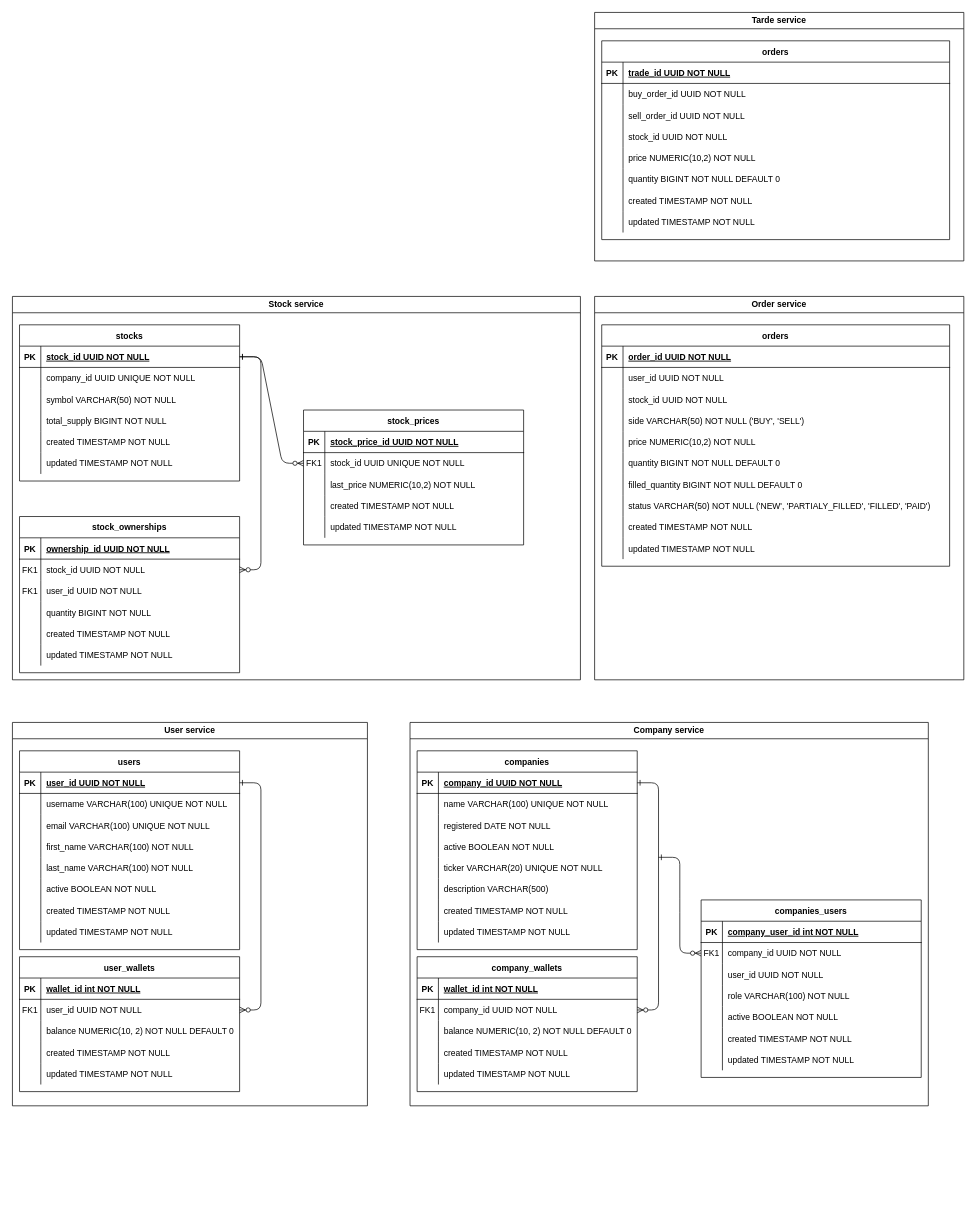
Earlier version of the draw.io diagram schema_db.drawio (Anna710915/stock-charts). Source tidied: cells renumbered, new cells numbered last; positions are measured from the earlier drawing's top-left corner, leaving out a move shared by most shapes. Both pictures are drawn from the tidied source at 71%, with x=0, y=0 at pixel (12, 12).
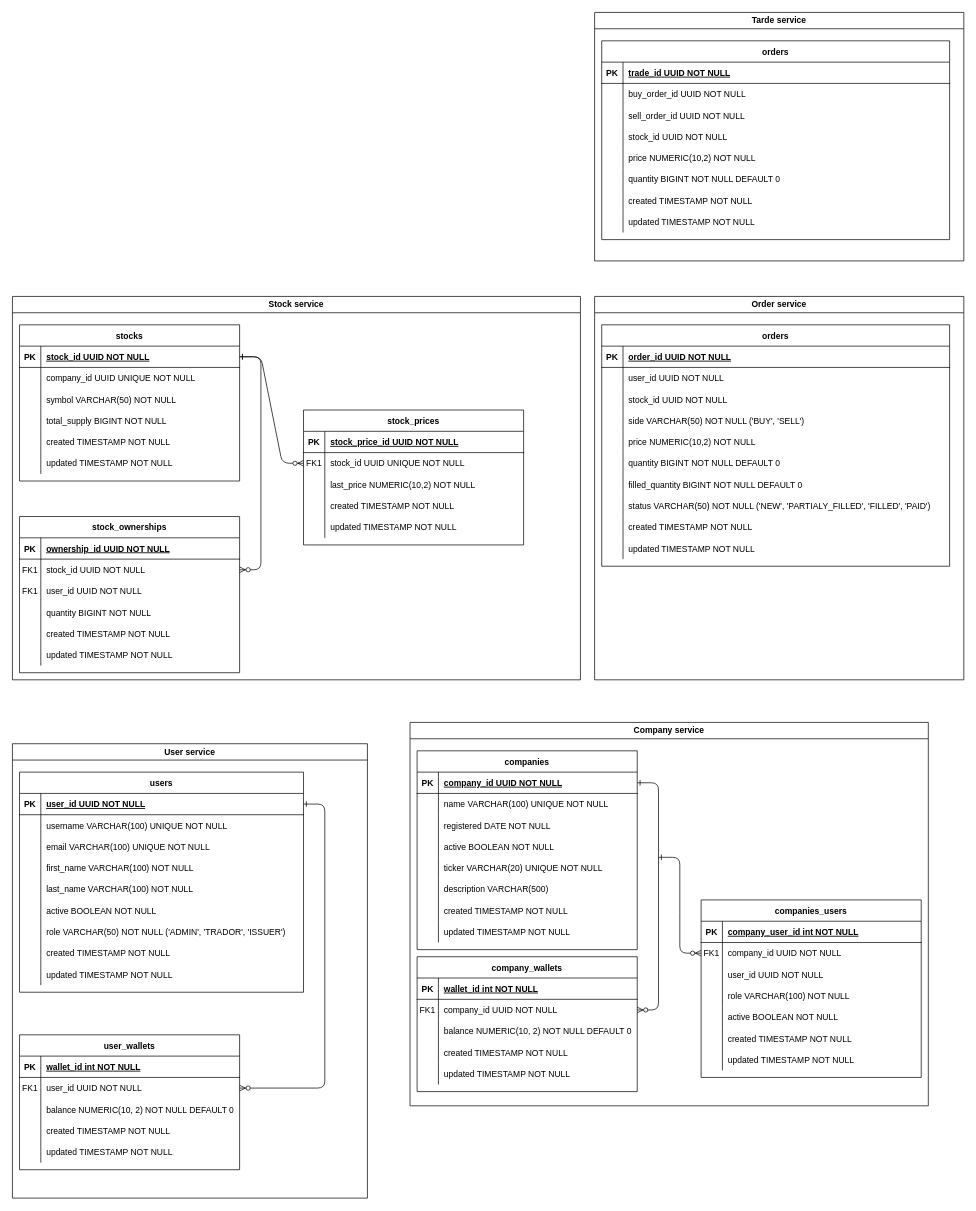
After the change.

What changed in the source:
```diff
@@
     <mxCell id="2" value="User service" style="swimlane;whiteSpace=wrap;html=1;" parent="1" vertex="1">
-      <mxGeometry y="1000" width="500" height="540" as="geometry" />
+      <mxGeometry y="1030" width="500" height="640" as="geometry" />
     </mxCell>
     <mxCell id="3" value="users" style="shape=table;startSize=30;childLayout=tableLayout;rowLines=0;fontStyle=1;align=center;" parent="2" vertex="1">
-      <mxGeometry x="10" y="40" width="310" height="280" as="geometry" />
+      <mxGeometry x="10" y="40" width="400" height="310" as="geometry" />
     </mxCell>
     <mxCell id="4" style="shape=partialRectangle;fillColor=none;points=[[0,0.5],[1,0.5]];portConstraint=eastwest;top=0;left=0;right=0;bottom=1;" parent="3" vertex="1">
-      <mxGeometry y="30" width="310" height="30" as="geometry" />
+      <mxGeometry y="30" width="400" height="30" as="geometry" />
     </mxCell>
@@
     <mxCell id="6" value="user_id UUID NOT NULL " style="shape=partialRectangle;overflow=hidden;fillColor=none;top=0;left=0;bottom=0;right=0;align=left;spacingLeft=6;fontStyle=5;" parent="4" vertex="1">
-      <mxGeometry x="30" width="280" height="30" as="geometry" />
+      <mxGeometry x="30" width="370" height="30" as="geometry" />
     </mxCell>
     <mxCell id="7" style="shape=partialRectangle;fillColor=none;top=0;left=0;right=0;bottom=0;" parent="3" vertex="1">
-      <mxGeometry y="60" width="310" height="30" as="geometry" />
+      <mxGeometry y="60" width="400" height="30" as="geometry" />
     </mxCell>
@@
     <mxCell id="9" value="username VARCHAR(100) UNIQUE NOT NULL" style="shape=partialRectangle;overflow=hidden;fillColor=none;top=0;left=0;bottom=0;right=0;align=left;spacingLeft=6;" parent="7" vertex="1">
-      <mxGeometry x="30" width="280" height="30" as="geometry" />
+      <mxGeometry x="30" width="370" height="30" as="geometry" />
     </mxCell>
     <mxCell id="10" style="shape=partialRectangle;fillColor=none;top=0;left=0;right=0;bottom=0;" parent="3" vertex="1">
-      <mxGeometry y="90" width="310" height="30" as="geometry" />
+      <mxGeometry y="90" width="400" height="30" as="geometry" />
     </mxCell>
@@
     <mxCell id="12" value="email VARCHAR(100) UNIQUE NOT NULL" style="shape=partialRectangle;overflow=hidden;fillColor=none;top=0;left=0;bottom=0;right=0;align=left;spacingLeft=6;" parent="10" vertex="1">
-      <mxGeometry x="30" width="280" height="30" as="geometry" />
+      <mxGeometry x="30" width="370" height="30" as="geometry" />
     </mxCell>
     <mxCell id="13" style="shape=partialRectangle;fillColor=none;top=0;left=0;right=0;bottom=0;" parent="3" vertex="1">
-      <mxGeometry y="120" width="310" height="30" as="geometry" />
+      <mxGeometry y="120" width="400" height="30" as="geometry" />
     </mxCell>
@@
     <mxCell id="15" value="first_name VARCHAR(100) NOT NULL" style="shape=partialRectangle;overflow=hidden;fillColor=none;top=0;left=0;bottom=0;right=0;align=left;spacingLeft=6;" parent="13" vertex="1">
-      <mxGeometry x="30" width="280" height="30" as="geometry" />
+      <mxGeometry x="30" width="370" height="30" as="geometry" />
     </mxCell>
     <mxCell id="16" style="shape=partialRectangle;fillColor=none;top=0;left=0;right=0;bottom=0;" parent="3" vertex="1">
-      <mxGeometry y="150" width="310" height="30" as="geometry" />
+      <mxGeometry y="150" width="400" height="30" as="geometry" />
     </mxCell>
@@
     <mxCell id="18" value="last_name VARCHAR(100) NOT NULL" style="shape=partialRectangle;overflow=hidden;fillColor=none;top=0;left=0;bottom=0;right=0;align=left;spacingLeft=6;" parent="16" vertex="1">
-      <mxGeometry x="30" width="280" height="30" as="geometry" />
+      <mxGeometry x="30" width="370" height="30" as="geometry" />
     </mxCell>
     <mxCell id="19" style="shape=partialRectangle;fillColor=none;top=0;left=0;right=0;bottom=0;" parent="3" vertex="1">
-      <mxGeometry y="180" width="310" height="30" as="geometry" />
+      <mxGeometry y="180" width="400" height="30" as="geometry" />
     </mxCell>
@@
     <mxCell id="21" value="active BOOLEAN NOT NULL" style="shape=partialRectangle;overflow=hidden;fillColor=none;top=0;left=0;bottom=0;right=0;align=left;spacingLeft=6;" parent="19" vertex="1">
-      <mxGeometry x="30" width="280" height="30" as="geometry" />
+      <mxGeometry x="30" width="370" height="30" as="geometry" />
     </mxCell>
+    <mxCell id="226" style="shape=partialRectangle;fillColor=none;top=0;left=0;right=0;bottom=0;" parent="3" vertex="1">
+      <mxGeometry y="210" width="400" height="30" as="geometry" />
+    </mxCell>
+    <mxCell id="227" style="shape=partialRectangle;overflow=hidden;fillColor=none;top=0;left=0;bottom=0;right=0;" parent="226" vertex="1">
+      <mxGeometry width="30" height="30" as="geometry" />
+    </mxCell>
+    <mxCell id="228" value="role VARCHAR(50) NOT NULL ('ADMIN', 'TRADOR', 'ISSUER')" style="shape=partialRectangle;overflow=hidden;fillColor=none;top=0;left=0;bottom=0;right=0;align=left;spacingLeft=6;" parent="226" vertex="1">
+      <mxGeometry x="30" width="370" height="30" as="geometry" />
+    </mxCell>
     <mxCell id="22" style="shape=partialRectangle;fillColor=none;top=0;left=0;right=0;bottom=0;" parent="3" vertex="1">
-      <mxGeometry y="210" width="310" height="30" as="geometry" />
+      <mxGeometry y="240" width="400" height="30" as="geometry" />
     </mxCell>
@@
     <mxCell id="24" value="created TIMESTAMP NOT NULL" style="shape=partialRectangle;overflow=hidden;fillColor=none;top=0;left=0;bottom=0;right=0;align=left;spacingLeft=6;" parent="22" vertex="1">
-      <mxGeometry x="30" width="280" height="30" as="geometry" />
+      <mxGeometry x="30" width="370" height="30" as="geometry" />
     </mxCell>
     <mxCell id="25" style="shape=partialRectangle;fillColor=none;top=0;left=0;right=0;bottom=0;" parent="3" vertex="1">
-      <mxGeometry y="240" width="310" height="30" as="geometry" />
+      <mxGeometry y="270" width="400" height="30" as="geometry" />
     </mxCell>
@@
     <mxCell id="27" value="updated TIMESTAMP NOT NULL" style="shape=partialRectangle;overflow=hidden;fillColor=none;top=0;left=0;bottom=0;right=0;align=left;spacingLeft=6;" parent="25" vertex="1">
-      <mxGeometry x="30" width="280" height="30" as="geometry" />
+      <mxGeometry x="30" width="370" height="30" as="geometry" />
     </mxCell>
     <mxCell id="28" value="user_wallets" style="shape=table;startSize=30;childLayout=tableLayout;rowLines=0;fontStyle=1;align=center;" parent="2" vertex="1">
-      <mxGeometry x="10" y="330" width="310" height="190" as="geometry" />
+      <mxGeometry x="10" y="410" width="310" height="190" as="geometry" />
     </mxCell>
```
